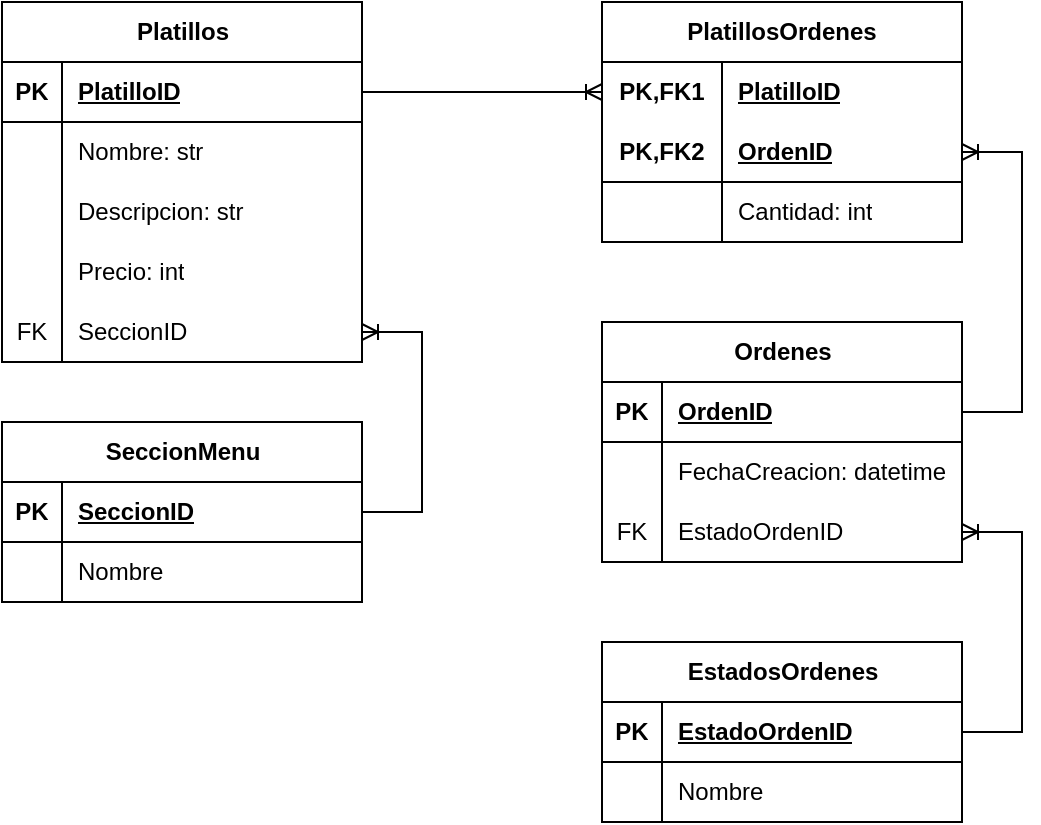
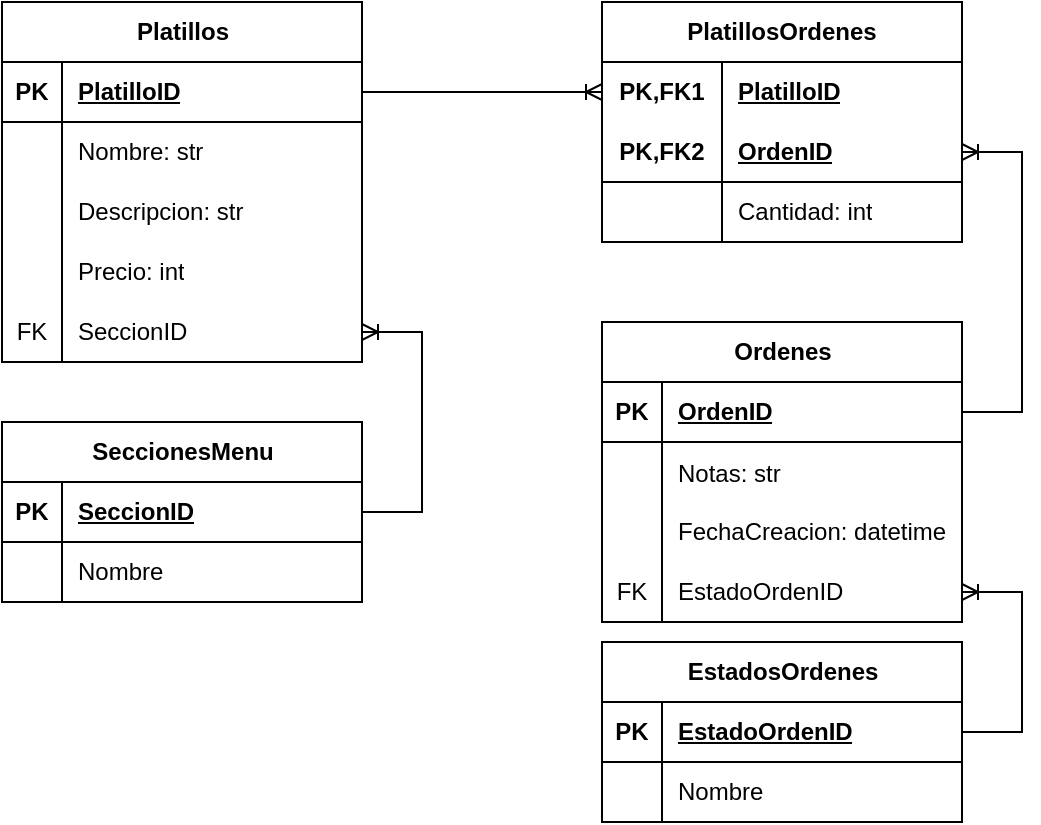
<mxfile host="app.diagrams.net">
  <diagram name="Página-1" id="WdQZ9XVPC15-w7dG8pM1">
-     <mxGraphModel dx="648" dy="553" grid="1" gridSize="10" guides="1" tooltips="1" connect="1" arrows="1" fold="1" page="1" pageScale="1" pageWidth="827" pageHeight="1169" math="0" shadow="0">
+     <mxGraphModel dx="905" dy="551" grid="1" gridSize="10" guides="1" tooltips="1" connect="1" arrows="1" fold="1" page="1" pageScale="1" pageWidth="827" pageHeight="1169" math="0" shadow="0">
      <root>
        <mxCell id="0" />
        <mxCell id="1" parent="0" />
        <mxCell id="LvuS19rwlI7MXcHvrWqh-1" parent="1" style="shape=table;startSize=30;container=1;collapsible=1;childLayout=tableLayout;fixedRows=1;rowLines=0;fontStyle=1;align=center;resizeLast=1;html=1;" value="Platillos" vertex="1">
          <mxGeometry height="180" width="180" x="140" y="120" as="geometry" />
        </mxCell>
        <mxCell id="LvuS19rwlI7MXcHvrWqh-2" parent="LvuS19rwlI7MXcHvrWqh-1" style="shape=tableRow;horizontal=0;startSize=0;swimlaneHead=0;swimlaneBody=0;fillColor=none;collapsible=0;dropTarget=0;points=[[0,0.5],[1,0.5]];portConstraint=eastwest;top=0;left=0;right=0;bottom=1;" value="" vertex="1">
          <mxGeometry height="30" width="180" y="30" as="geometry" />
        </mxCell>
        <mxCell id="LvuS19rwlI7MXcHvrWqh-3" parent="LvuS19rwlI7MXcHvrWqh-2" style="shape=partialRectangle;connectable=0;fillColor=none;top=0;left=0;bottom=0;right=0;fontStyle=1;overflow=hidden;whiteSpace=wrap;html=1;" value="PK" vertex="1">
          <mxGeometry height="30" width="30" as="geometry">
            <mxRectangle height="30" width="30" as="alternateBounds" />
          </mxGeometry>
        </mxCell>
        <mxCell id="LvuS19rwlI7MXcHvrWqh-4" parent="LvuS19rwlI7MXcHvrWqh-2" style="shape=partialRectangle;connectable=0;fillColor=none;top=0;left=0;bottom=0;right=0;align=left;spacingLeft=6;fontStyle=5;overflow=hidden;whiteSpace=wrap;html=1;" value="PlatilloID" vertex="1">
          <mxGeometry height="30" width="150" x="30" as="geometry">
            <mxRectangle height="30" width="150" as="alternateBounds" />
          </mxGeometry>
        </mxCell>
        <mxCell id="LvuS19rwlI7MXcHvrWqh-5" parent="LvuS19rwlI7MXcHvrWqh-1" style="shape=tableRow;horizontal=0;startSize=0;swimlaneHead=0;swimlaneBody=0;fillColor=none;collapsible=0;dropTarget=0;points=[[0,0.5],[1,0.5]];portConstraint=eastwest;top=0;left=0;right=0;bottom=0;" value="" vertex="1">
          <mxGeometry height="30" width="180" y="60" as="geometry" />
        </mxCell>
        <mxCell id="LvuS19rwlI7MXcHvrWqh-6" parent="LvuS19rwlI7MXcHvrWqh-5" style="shape=partialRectangle;connectable=0;fillColor=none;top=0;left=0;bottom=0;right=0;editable=1;overflow=hidden;whiteSpace=wrap;html=1;" value="" vertex="1">
          <mxGeometry height="30" width="30" as="geometry">
            <mxRectangle height="30" width="30" as="alternateBounds" />
          </mxGeometry>
        </mxCell>
        <mxCell id="LvuS19rwlI7MXcHvrWqh-7" parent="LvuS19rwlI7MXcHvrWqh-5" style="shape=partialRectangle;connectable=0;fillColor=none;top=0;left=0;bottom=0;right=0;align=left;spacingLeft=6;overflow=hidden;whiteSpace=wrap;html=1;" value="Nombre: str" vertex="1">
          <mxGeometry height="30" width="150" x="30" as="geometry">
            <mxRectangle height="30" width="150" as="alternateBounds" />
          </mxGeometry>
        </mxCell>
        <mxCell id="LvuS19rwlI7MXcHvrWqh-8" parent="LvuS19rwlI7MXcHvrWqh-1" style="shape=tableRow;horizontal=0;startSize=0;swimlaneHead=0;swimlaneBody=0;fillColor=none;collapsible=0;dropTarget=0;points=[[0,0.5],[1,0.5]];portConstraint=eastwest;top=0;left=0;right=0;bottom=0;" value="" vertex="1">
          <mxGeometry height="30" width="180" y="90" as="geometry" />
        </mxCell>
        <mxCell id="LvuS19rwlI7MXcHvrWqh-9" parent="LvuS19rwlI7MXcHvrWqh-8" style="shape=partialRectangle;connectable=0;fillColor=none;top=0;left=0;bottom=0;right=0;editable=1;overflow=hidden;whiteSpace=wrap;html=1;" value="" vertex="1">
          <mxGeometry height="30" width="30" as="geometry">
            <mxRectangle height="30" width="30" as="alternateBounds" />
          </mxGeometry>
        </mxCell>
        <mxCell id="LvuS19rwlI7MXcHvrWqh-10" parent="LvuS19rwlI7MXcHvrWqh-8" style="shape=partialRectangle;connectable=0;fillColor=none;top=0;left=0;bottom=0;right=0;align=left;spacingLeft=6;overflow=hidden;whiteSpace=wrap;html=1;" value="Descripcion: str" vertex="1">
          <mxGeometry height="30" width="150" x="30" as="geometry">
            <mxRectangle height="30" width="150" as="alternateBounds" />
          </mxGeometry>
        </mxCell>
        <mxCell id="LvuS19rwlI7MXcHvrWqh-11" parent="LvuS19rwlI7MXcHvrWqh-1" style="shape=tableRow;horizontal=0;startSize=0;swimlaneHead=0;swimlaneBody=0;fillColor=none;collapsible=0;dropTarget=0;points=[[0,0.5],[1,0.5]];portConstraint=eastwest;top=0;left=0;right=0;bottom=0;" value="" vertex="1">
          <mxGeometry height="30" width="180" y="120" as="geometry" />
        </mxCell>
        <mxCell id="LvuS19rwlI7MXcHvrWqh-12" parent="LvuS19rwlI7MXcHvrWqh-11" style="shape=partialRectangle;connectable=0;fillColor=none;top=0;left=0;bottom=0;right=0;editable=1;overflow=hidden;whiteSpace=wrap;html=1;" value="" vertex="1">
          <mxGeometry height="30" width="30" as="geometry">
            <mxRectangle height="30" width="30" as="alternateBounds" />
          </mxGeometry>
        </mxCell>
        <mxCell id="LvuS19rwlI7MXcHvrWqh-13" parent="LvuS19rwlI7MXcHvrWqh-11" style="shape=partialRectangle;connectable=0;fillColor=none;top=0;left=0;bottom=0;right=0;align=left;spacingLeft=6;overflow=hidden;whiteSpace=wrap;html=1;" value="Precio: int" vertex="1">
          <mxGeometry height="30" width="150" x="30" as="geometry">
            <mxRectangle height="30" width="150" as="alternateBounds" />
          </mxGeometry>
        </mxCell>
        <mxCell id="LvuS19rwlI7MXcHvrWqh-14" parent="LvuS19rwlI7MXcHvrWqh-1" style="shape=tableRow;horizontal=0;startSize=0;swimlaneHead=0;swimlaneBody=0;fillColor=none;collapsible=0;dropTarget=0;points=[[0,0.5],[1,0.5]];portConstraint=eastwest;top=0;left=0;right=0;bottom=0;" value="" vertex="1">
          <mxGeometry height="30" width="180" y="150" as="geometry" />
        </mxCell>
        <mxCell id="LvuS19rwlI7MXcHvrWqh-15" parent="LvuS19rwlI7MXcHvrWqh-14" style="shape=partialRectangle;connectable=0;fillColor=none;top=0;left=0;bottom=0;right=0;fontStyle=0;overflow=hidden;whiteSpace=wrap;html=1;" value="FK" vertex="1">
          <mxGeometry height="30" width="30" as="geometry">
            <mxRectangle height="30" width="30" as="alternateBounds" />
          </mxGeometry>
        </mxCell>
        <mxCell id="LvuS19rwlI7MXcHvrWqh-16" parent="LvuS19rwlI7MXcHvrWqh-14" style="shape=partialRectangle;connectable=0;fillColor=none;top=0;left=0;bottom=0;right=0;align=left;spacingLeft=6;fontStyle=0;overflow=hidden;whiteSpace=wrap;html=1;" value="SeccionID" vertex="1">
          <mxGeometry height="30" width="150" x="30" as="geometry">
            <mxRectangle height="30" width="150" as="alternateBounds" />
          </mxGeometry>
        </mxCell>
-         <mxCell id="LvuS19rwlI7MXcHvrWqh-17" parent="1" style="shape=table;startSize=30;container=1;collapsible=1;childLayout=tableLayout;fixedRows=1;rowLines=0;fontStyle=1;align=center;resizeLast=1;html=1;" value="SeccionMenu" vertex="1">
+         <mxCell id="LvuS19rwlI7MXcHvrWqh-17" parent="1" style="shape=table;startSize=30;container=1;collapsible=1;childLayout=tableLayout;fixedRows=1;rowLines=0;fontStyle=1;align=center;resizeLast=1;html=1;" value="SeccionesMenu" vertex="1">
          <mxGeometry height="90" width="180" x="140" y="330" as="geometry" />
        </mxCell>
        <mxCell id="LvuS19rwlI7MXcHvrWqh-18" parent="LvuS19rwlI7MXcHvrWqh-17" style="shape=tableRow;horizontal=0;startSize=0;swimlaneHead=0;swimlaneBody=0;fillColor=none;collapsible=0;dropTarget=0;points=[[0,0.5],[1,0.5]];portConstraint=eastwest;top=0;left=0;right=0;bottom=1;" value="" vertex="1">
          <mxGeometry height="30" width="180" y="30" as="geometry" />
        </mxCell>
        <mxCell id="LvuS19rwlI7MXcHvrWqh-19" parent="LvuS19rwlI7MXcHvrWqh-18" style="shape=partialRectangle;connectable=0;fillColor=none;top=0;left=0;bottom=0;right=0;fontStyle=1;overflow=hidden;whiteSpace=wrap;html=1;" value="PK" vertex="1">
          <mxGeometry height="30" width="30" as="geometry">
            <mxRectangle height="30" width="30" as="alternateBounds" />
          </mxGeometry>
        </mxCell>
        <mxCell id="LvuS19rwlI7MXcHvrWqh-20" parent="LvuS19rwlI7MXcHvrWqh-18" style="shape=partialRectangle;connectable=0;fillColor=none;top=0;left=0;bottom=0;right=0;align=left;spacingLeft=6;fontStyle=5;overflow=hidden;whiteSpace=wrap;html=1;" value="SeccionID" vertex="1">
          <mxGeometry height="30" width="150" x="30" as="geometry">
            <mxRectangle height="30" width="150" as="alternateBounds" />
          </mxGeometry>
        </mxCell>
        <mxCell id="LvuS19rwlI7MXcHvrWqh-21" parent="LvuS19rwlI7MXcHvrWqh-17" style="shape=tableRow;horizontal=0;startSize=0;swimlaneHead=0;swimlaneBody=0;fillColor=none;collapsible=0;dropTarget=0;points=[[0,0.5],[1,0.5]];portConstraint=eastwest;top=0;left=0;right=0;bottom=0;" value="" vertex="1">
          <mxGeometry height="30" width="180" y="60" as="geometry" />
        </mxCell>
        <mxCell id="LvuS19rwlI7MXcHvrWqh-22" parent="LvuS19rwlI7MXcHvrWqh-21" style="shape=partialRectangle;connectable=0;fillColor=none;top=0;left=0;bottom=0;right=0;editable=1;overflow=hidden;whiteSpace=wrap;html=1;" value="" vertex="1">
          <mxGeometry height="30" width="30" as="geometry">
            <mxRectangle height="30" width="30" as="alternateBounds" />
          </mxGeometry>
        </mxCell>
        <mxCell id="LvuS19rwlI7MXcHvrWqh-23" parent="LvuS19rwlI7MXcHvrWqh-21" style="shape=partialRectangle;connectable=0;fillColor=none;top=0;left=0;bottom=0;right=0;align=left;spacingLeft=6;overflow=hidden;whiteSpace=wrap;html=1;" value="Nombre" vertex="1">
          <mxGeometry height="30" width="150" x="30" as="geometry">
            <mxRectangle height="30" width="150" as="alternateBounds" />
          </mxGeometry>
        </mxCell>
        <mxCell id="LvuS19rwlI7MXcHvrWqh-30" edge="1" parent="1" source="LvuS19rwlI7MXcHvrWqh-18" style="edgeStyle=entityRelationEdgeStyle;fontSize=12;html=1;endArrow=ERoneToMany;rounded=0;" target="LvuS19rwlI7MXcHvrWqh-14" value="">
          <mxGeometry height="100" relative="1" width="100" as="geometry">
            <mxPoint x="380" y="420" as="sourcePoint" />
            <mxPoint x="480" y="320" as="targetPoint" />
          </mxGeometry>
        </mxCell>
        <mxCell id="LvuS19rwlI7MXcHvrWqh-31" parent="1" style="shape=table;startSize=30;container=1;collapsible=1;childLayout=tableLayout;fixedRows=1;rowLines=0;fontStyle=1;align=center;resizeLast=1;html=1;" value="Ordenes" vertex="1">
-           <mxGeometry height="120" width="180" x="440" y="280" as="geometry" />
+           <mxGeometry height="150" width="180" x="440" y="280" as="geometry" />
        </mxCell>
        <mxCell id="LvuS19rwlI7MXcHvrWqh-32" parent="LvuS19rwlI7MXcHvrWqh-31" style="shape=tableRow;horizontal=0;startSize=0;swimlaneHead=0;swimlaneBody=0;fillColor=none;collapsible=0;dropTarget=0;points=[[0,0.5],[1,0.5]];portConstraint=eastwest;top=0;left=0;right=0;bottom=1;" value="" vertex="1">
          <mxGeometry height="30" width="180" y="30" as="geometry" />
        </mxCell>
        <mxCell id="LvuS19rwlI7MXcHvrWqh-33" parent="LvuS19rwlI7MXcHvrWqh-32" style="shape=partialRectangle;connectable=0;fillColor=none;top=0;left=0;bottom=0;right=0;fontStyle=1;overflow=hidden;whiteSpace=wrap;html=1;" value="PK" vertex="1">
          <mxGeometry height="30" width="30" as="geometry">
            <mxRectangle height="30" width="30" as="alternateBounds" />
          </mxGeometry>
        </mxCell>
        <mxCell id="LvuS19rwlI7MXcHvrWqh-34" parent="LvuS19rwlI7MXcHvrWqh-32" style="shape=partialRectangle;connectable=0;fillColor=none;top=0;left=0;bottom=0;right=0;align=left;spacingLeft=6;fontStyle=5;overflow=hidden;whiteSpace=wrap;html=1;" value="OrdenID" vertex="1">
          <mxGeometry height="30" width="150" x="30" as="geometry">
            <mxRectangle height="30" width="150" as="alternateBounds" />
          </mxGeometry>
        </mxCell>
+         <mxCell id="uPiYfRnl6BFXYHleKPYS-1" parent="LvuS19rwlI7MXcHvrWqh-31" style="shape=tableRow;horizontal=0;startSize=0;swimlaneHead=0;swimlaneBody=0;fillColor=none;collapsible=0;dropTarget=0;points=[[0,0.5],[1,0.5]];portConstraint=eastwest;top=0;left=0;right=0;bottom=0;" value="" vertex="1">
+           <mxGeometry height="30" width="180" y="60" as="geometry" />
+         </mxCell>
+         <mxCell id="uPiYfRnl6BFXYHleKPYS-2" parent="uPiYfRnl6BFXYHleKPYS-1" style="shape=partialRectangle;connectable=0;fillColor=none;top=0;left=0;bottom=0;right=0;editable=1;overflow=hidden;" value="" vertex="1">
+           <mxGeometry height="30" width="30" as="geometry">
+             <mxRectangle height="30" width="30" as="alternateBounds" />
+           </mxGeometry>
+         </mxCell>
+         <mxCell id="uPiYfRnl6BFXYHleKPYS-3" parent="uPiYfRnl6BFXYHleKPYS-1" style="shape=partialRectangle;connectable=0;fillColor=none;top=0;left=0;bottom=0;right=0;align=left;spacingLeft=6;overflow=hidden;" value="Notas: str" vertex="1">
+           <mxGeometry height="30" width="150" x="30" as="geometry">
+             <mxRectangle height="30" width="150" as="alternateBounds" />
+           </mxGeometry>
+         </mxCell>
        <mxCell id="LvuS19rwlI7MXcHvrWqh-35" parent="LvuS19rwlI7MXcHvrWqh-31" style="shape=tableRow;horizontal=0;startSize=0;swimlaneHead=0;swimlaneBody=0;fillColor=none;collapsible=0;dropTarget=0;points=[[0,0.5],[1,0.5]];portConstraint=eastwest;top=0;left=0;right=0;bottom=0;" value="" vertex="1">
-           <mxGeometry height="30" width="180" y="60" as="geometry" />
+           <mxGeometry height="30" width="180" y="90" as="geometry" />
        </mxCell>
        <mxCell id="LvuS19rwlI7MXcHvrWqh-36" parent="LvuS19rwlI7MXcHvrWqh-35" style="shape=partialRectangle;connectable=0;fillColor=none;top=0;left=0;bottom=0;right=0;editable=1;overflow=hidden;whiteSpace=wrap;html=1;" value="" vertex="1">
          <mxGeometry height="30" width="30" as="geometry">
            <mxRectangle height="30" width="30" as="alternateBounds" />
          </mxGeometry>
        </mxCell>
        <mxCell id="LvuS19rwlI7MXcHvrWqh-37" parent="LvuS19rwlI7MXcHvrWqh-35" style="shape=partialRectangle;connectable=0;fillColor=none;top=0;left=0;bottom=0;right=0;align=left;spacingLeft=6;overflow=hidden;whiteSpace=wrap;html=1;" value="FechaCreacion: datetime" vertex="1">
          <mxGeometry height="30" width="150" x="30" as="geometry">
            <mxRectangle height="30" width="150" as="alternateBounds" />
          </mxGeometry>
        </mxCell>
        <mxCell id="LvuS19rwlI7MXcHvrWqh-44" parent="LvuS19rwlI7MXcHvrWqh-31" style="shape=tableRow;horizontal=0;startSize=0;swimlaneHead=0;swimlaneBody=0;fillColor=none;collapsible=0;dropTarget=0;points=[[0,0.5],[1,0.5]];portConstraint=eastwest;top=0;left=0;right=0;bottom=0;" value="" vertex="1">
-           <mxGeometry height="30" width="180" y="90" as="geometry" />
+           <mxGeometry height="30" width="180" y="120" as="geometry" />
        </mxCell>
        <mxCell id="LvuS19rwlI7MXcHvrWqh-45" parent="LvuS19rwlI7MXcHvrWqh-44" style="shape=partialRectangle;connectable=0;fillColor=none;top=0;left=0;bottom=0;right=0;fontStyle=0;overflow=hidden;whiteSpace=wrap;html=1;" value="FK" vertex="1">
          <mxGeometry height="30" width="30" as="geometry">
            <mxRectangle height="30" width="30" as="alternateBounds" />
          </mxGeometry>
        </mxCell>
        <mxCell id="LvuS19rwlI7MXcHvrWqh-46" parent="LvuS19rwlI7MXcHvrWqh-44" style="shape=partialRectangle;connectable=0;fillColor=none;top=0;left=0;bottom=0;right=0;align=left;spacingLeft=6;fontStyle=0;overflow=hidden;whiteSpace=wrap;html=1;" value="EstadoOrdenID" vertex="1">
          <mxGeometry height="30" width="150" x="30" as="geometry">
            <mxRectangle height="30" width="150" as="alternateBounds" />
          </mxGeometry>
        </mxCell>
        <mxCell id="LvuS19rwlI7MXcHvrWqh-47" parent="1" style="shape=table;startSize=30;container=1;collapsible=1;childLayout=tableLayout;fixedRows=1;rowLines=0;fontStyle=1;align=center;resizeLast=1;html=1;" value="EstadosOrdenes" vertex="1">
          <mxGeometry height="90" width="180" x="440" y="440" as="geometry" />
        </mxCell>
        <mxCell id="LvuS19rwlI7MXcHvrWqh-48" parent="LvuS19rwlI7MXcHvrWqh-47" style="shape=tableRow;horizontal=0;startSize=0;swimlaneHead=0;swimlaneBody=0;fillColor=none;collapsible=0;dropTarget=0;points=[[0,0.5],[1,0.5]];portConstraint=eastwest;top=0;left=0;right=0;bottom=1;" value="" vertex="1">
          <mxGeometry height="30" width="180" y="30" as="geometry" />
        </mxCell>
        <mxCell id="LvuS19rwlI7MXcHvrWqh-49" parent="LvuS19rwlI7MXcHvrWqh-48" style="shape=partialRectangle;connectable=0;fillColor=none;top=0;left=0;bottom=0;right=0;fontStyle=1;overflow=hidden;whiteSpace=wrap;html=1;" value="PK" vertex="1">
          <mxGeometry height="30" width="30" as="geometry">
            <mxRectangle height="30" width="30" as="alternateBounds" />
          </mxGeometry>
        </mxCell>
        <mxCell id="LvuS19rwlI7MXcHvrWqh-50" parent="LvuS19rwlI7MXcHvrWqh-48" style="shape=partialRectangle;connectable=0;fillColor=none;top=0;left=0;bottom=0;right=0;align=left;spacingLeft=6;fontStyle=5;overflow=hidden;whiteSpace=wrap;html=1;" value="EstadoOrdenID" vertex="1">
          <mxGeometry height="30" width="150" x="30" as="geometry">
            <mxRectangle height="30" width="150" as="alternateBounds" />
          </mxGeometry>
        </mxCell>
        <mxCell id="LvuS19rwlI7MXcHvrWqh-51" parent="LvuS19rwlI7MXcHvrWqh-47" style="shape=tableRow;horizontal=0;startSize=0;swimlaneHead=0;swimlaneBody=0;fillColor=none;collapsible=0;dropTarget=0;points=[[0,0.5],[1,0.5]];portConstraint=eastwest;top=0;left=0;right=0;bottom=0;" value="" vertex="1">
          <mxGeometry height="30" width="180" y="60" as="geometry" />
        </mxCell>
        <mxCell id="LvuS19rwlI7MXcHvrWqh-52" parent="LvuS19rwlI7MXcHvrWqh-51" style="shape=partialRectangle;connectable=0;fillColor=none;top=0;left=0;bottom=0;right=0;editable=1;overflow=hidden;whiteSpace=wrap;html=1;" value="" vertex="1">
          <mxGeometry height="30" width="30" as="geometry">
            <mxRectangle height="30" width="30" as="alternateBounds" />
          </mxGeometry>
        </mxCell>
        <mxCell id="LvuS19rwlI7MXcHvrWqh-53" parent="LvuS19rwlI7MXcHvrWqh-51" style="shape=partialRectangle;connectable=0;fillColor=none;top=0;left=0;bottom=0;right=0;align=left;spacingLeft=6;overflow=hidden;whiteSpace=wrap;html=1;" value="Nombre" vertex="1">
          <mxGeometry height="30" width="150" x="30" as="geometry">
            <mxRectangle height="30" width="150" as="alternateBounds" />
          </mxGeometry>
        </mxCell>
        <mxCell id="LvuS19rwlI7MXcHvrWqh-60" edge="1" parent="1" source="LvuS19rwlI7MXcHvrWqh-48" style="edgeStyle=entityRelationEdgeStyle;fontSize=12;html=1;endArrow=ERoneToMany;rounded=0;" target="LvuS19rwlI7MXcHvrWqh-44" value="">
          <mxGeometry height="100" relative="1" width="100" as="geometry">
            <mxPoint x="300" y="670" as="sourcePoint" />
            <mxPoint x="400" y="570" as="targetPoint" />
          </mxGeometry>
        </mxCell>
        <mxCell id="LvuS19rwlI7MXcHvrWqh-61" parent="1" style="shape=table;startSize=30;container=1;collapsible=1;childLayout=tableLayout;fixedRows=1;rowLines=0;fontStyle=1;align=center;resizeLast=1;html=1;whiteSpace=wrap;" value="PlatillosOrdenes" vertex="1">
          <mxGeometry height="120" width="180" x="440" y="120" as="geometry" />
        </mxCell>
        <mxCell id="LvuS19rwlI7MXcHvrWqh-62" parent="LvuS19rwlI7MXcHvrWqh-61" style="shape=tableRow;horizontal=0;startSize=0;swimlaneHead=0;swimlaneBody=0;fillColor=none;collapsible=0;dropTarget=0;points=[[0,0.5],[1,0.5]];portConstraint=eastwest;top=0;left=0;right=0;bottom=0;html=1;" value="" vertex="1">
          <mxGeometry height="30" width="180" y="30" as="geometry" />
        </mxCell>
        <mxCell id="LvuS19rwlI7MXcHvrWqh-63" parent="LvuS19rwlI7MXcHvrWqh-62" style="shape=partialRectangle;connectable=0;fillColor=none;top=0;left=0;bottom=0;right=0;fontStyle=1;overflow=hidden;html=1;whiteSpace=wrap;" value="PK,FK1" vertex="1">
          <mxGeometry height="30" width="60" as="geometry">
            <mxRectangle height="30" width="60" as="alternateBounds" />
          </mxGeometry>
        </mxCell>
        <mxCell id="LvuS19rwlI7MXcHvrWqh-64" parent="LvuS19rwlI7MXcHvrWqh-62" style="shape=partialRectangle;connectable=0;fillColor=none;top=0;left=0;bottom=0;right=0;align=left;spacingLeft=6;fontStyle=5;overflow=hidden;html=1;whiteSpace=wrap;" value="PlatilloID" vertex="1">
          <mxGeometry height="30" width="120" x="60" as="geometry">
            <mxRectangle height="30" width="120" as="alternateBounds" />
          </mxGeometry>
        </mxCell>
        <mxCell id="LvuS19rwlI7MXcHvrWqh-65" parent="LvuS19rwlI7MXcHvrWqh-61" style="shape=tableRow;horizontal=0;startSize=0;swimlaneHead=0;swimlaneBody=0;fillColor=none;collapsible=0;dropTarget=0;points=[[0,0.5],[1,0.5]];portConstraint=eastwest;top=0;left=0;right=0;bottom=1;html=1;" value="" vertex="1">
          <mxGeometry height="30" width="180" y="60" as="geometry" />
        </mxCell>
        <mxCell id="LvuS19rwlI7MXcHvrWqh-66" parent="LvuS19rwlI7MXcHvrWqh-65" style="shape=partialRectangle;connectable=0;fillColor=none;top=0;left=0;bottom=0;right=0;fontStyle=1;overflow=hidden;html=1;whiteSpace=wrap;" value="PK,FK2" vertex="1">
          <mxGeometry height="30" width="60" as="geometry">
            <mxRectangle height="30" width="60" as="alternateBounds" />
          </mxGeometry>
        </mxCell>
        <mxCell id="LvuS19rwlI7MXcHvrWqh-67" parent="LvuS19rwlI7MXcHvrWqh-65" style="shape=partialRectangle;connectable=0;fillColor=none;top=0;left=0;bottom=0;right=0;align=left;spacingLeft=6;fontStyle=5;overflow=hidden;html=1;whiteSpace=wrap;" value="OrdenID" vertex="1">
          <mxGeometry height="30" width="120" x="60" as="geometry">
            <mxRectangle height="30" width="120" as="alternateBounds" />
          </mxGeometry>
        </mxCell>
        <mxCell id="LvuS19rwlI7MXcHvrWqh-68" parent="LvuS19rwlI7MXcHvrWqh-61" style="shape=tableRow;horizontal=0;startSize=0;swimlaneHead=0;swimlaneBody=0;fillColor=none;collapsible=0;dropTarget=0;points=[[0,0.5],[1,0.5]];portConstraint=eastwest;top=0;left=0;right=0;bottom=0;html=1;" value="" vertex="1">
          <mxGeometry height="30" width="180" y="90" as="geometry" />
        </mxCell>
        <mxCell id="LvuS19rwlI7MXcHvrWqh-69" parent="LvuS19rwlI7MXcHvrWqh-68" style="shape=partialRectangle;connectable=0;fillColor=none;top=0;left=0;bottom=0;right=0;editable=1;overflow=hidden;html=1;whiteSpace=wrap;" value="" vertex="1">
          <mxGeometry height="30" width="60" as="geometry">
            <mxRectangle height="30" width="60" as="alternateBounds" />
          </mxGeometry>
        </mxCell>
        <mxCell id="LvuS19rwlI7MXcHvrWqh-70" parent="LvuS19rwlI7MXcHvrWqh-68" style="shape=partialRectangle;connectable=0;fillColor=none;top=0;left=0;bottom=0;right=0;align=left;spacingLeft=6;overflow=hidden;html=1;whiteSpace=wrap;" value="Cantidad: int" vertex="1">
          <mxGeometry height="30" width="120" x="60" as="geometry">
            <mxRectangle height="30" width="120" as="alternateBounds" />
          </mxGeometry>
        </mxCell>
        <mxCell id="LvuS19rwlI7MXcHvrWqh-74" edge="1" parent="1" source="LvuS19rwlI7MXcHvrWqh-32" style="edgeStyle=entityRelationEdgeStyle;fontSize=12;html=1;endArrow=ERoneToMany;rounded=0;" target="LvuS19rwlI7MXcHvrWqh-65" value="">
          <mxGeometry height="100" relative="1" width="100" as="geometry">
            <mxPoint x="630" y="370" as="sourcePoint" />
            <mxPoint x="730" y="270" as="targetPoint" />
          </mxGeometry>
        </mxCell>
        <mxCell id="LvuS19rwlI7MXcHvrWqh-75" edge="1" parent="1" source="LvuS19rwlI7MXcHvrWqh-2" style="edgeStyle=entityRelationEdgeStyle;fontSize=12;html=1;endArrow=ERoneToMany;rounded=0;" target="LvuS19rwlI7MXcHvrWqh-62" value="">
          <mxGeometry height="100" relative="1" width="100" as="geometry">
            <mxPoint x="440" y="380" as="sourcePoint" />
            <mxPoint x="540" y="280" as="targetPoint" />
          </mxGeometry>
        </mxCell>
      </root>
    </mxGraphModel>
  </diagram>
</mxfile>
